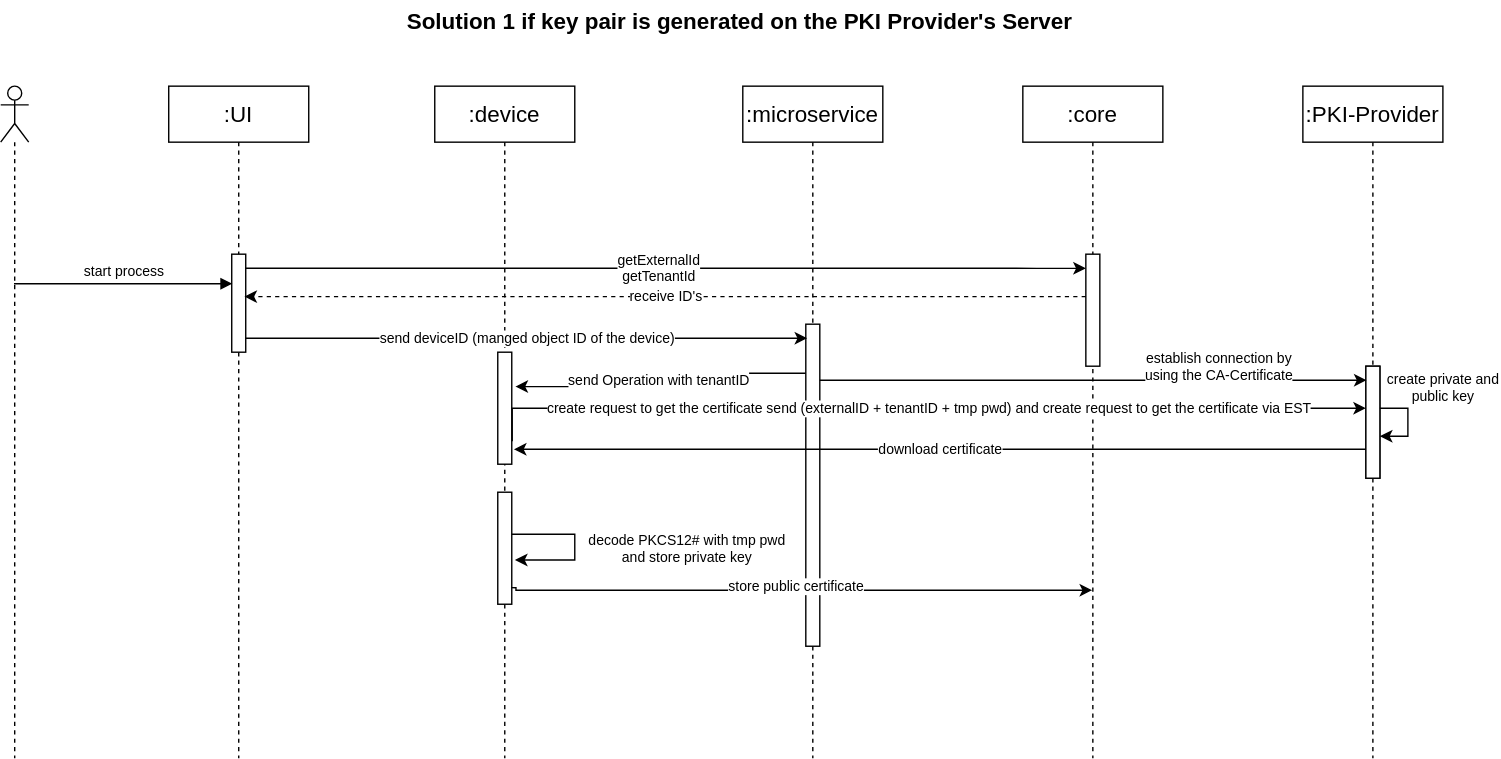
Cumulocity-IoT/cumulocity-pki-integration keeps this draw.io diagram as doc/server-side.drawio.svg. Above is the earlier version. Source tidied: cells renumbered, new cells last; positions are measured from the earlier drawing's top-left corner, leaving out a move shared by most shapes.
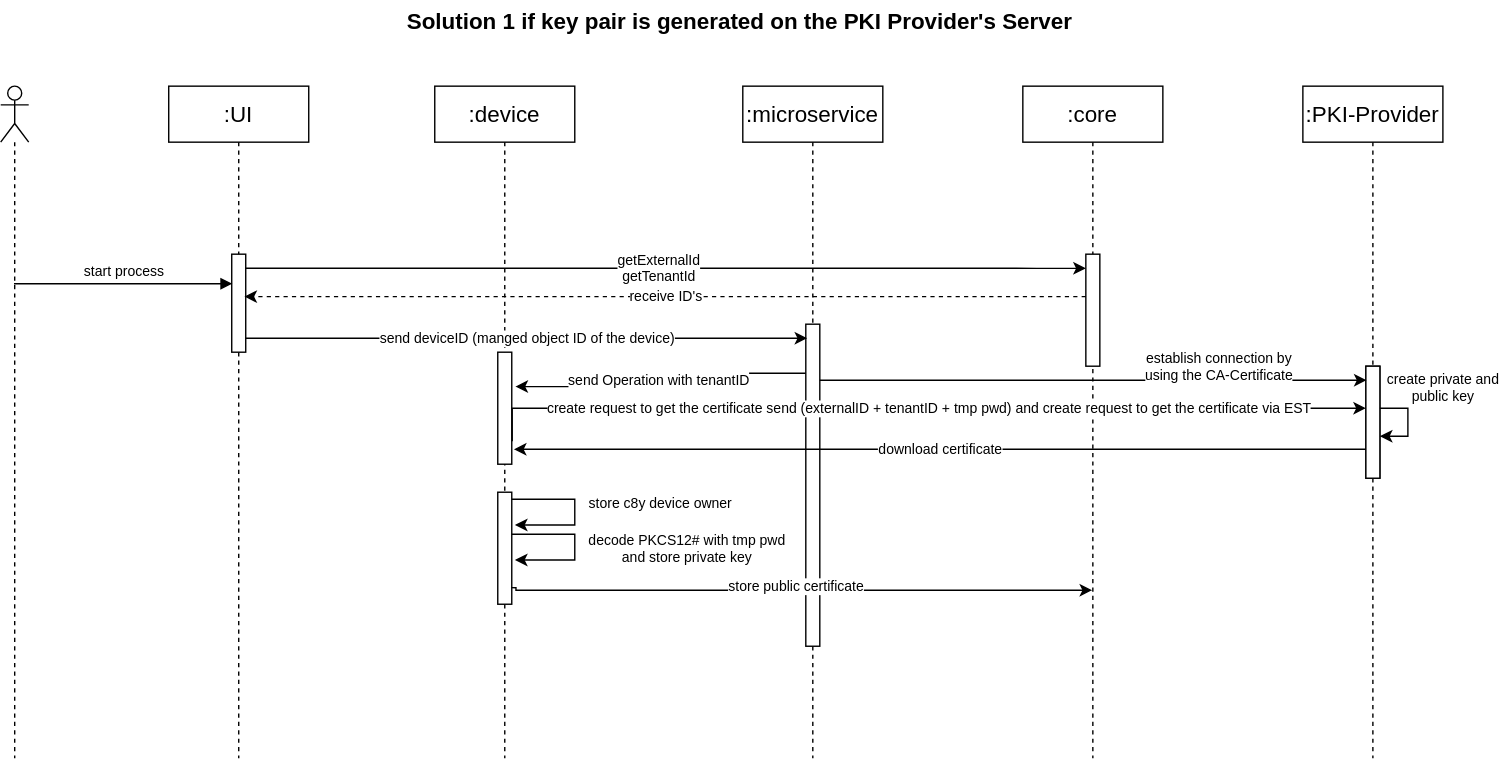
After the change.

Diff of the diagram source:
```diff
@@ -31,6 +31,17 @@
         </Array>
       </mxGeometry>
     </mxCell>
+    <mxCell id="27" value="store c8y device owner" style="edgeStyle=orthogonalEdgeStyle;rounded=0;orthogonalLoop=1;jettySize=auto;html=1;fontSize=10;entryX=1.226;entryY=0.917;entryDx=0;entryDy=0;entryPerimeter=0;" parent="5" edge="1">
+      <mxGeometry x="-0.1" y="61" relative="1" as="geometry">
+        <mxPoint x="55" y="295" as="sourcePoint" />
+        <mxPoint x="57.3" y="313.4" as="targetPoint" />
+        <Array as="points">
+          <mxPoint x="100" y="295" />
+          <mxPoint x="100" y="313" />
+          <mxPoint x="57" y="313" />
+        </Array>
+      </mxGeometry>
+    </mxCell>
     <mxCell id="9" value=":microservice" style="shape=umlLifeline;perimeter=lifelinePerimeter;whiteSpace=wrap;html=1;fontSize=16;" parent="1" vertex="1">
       <mxGeometry x="530" y="61" width="100" height="480" as="geometry" />
     </mxCell>
```
